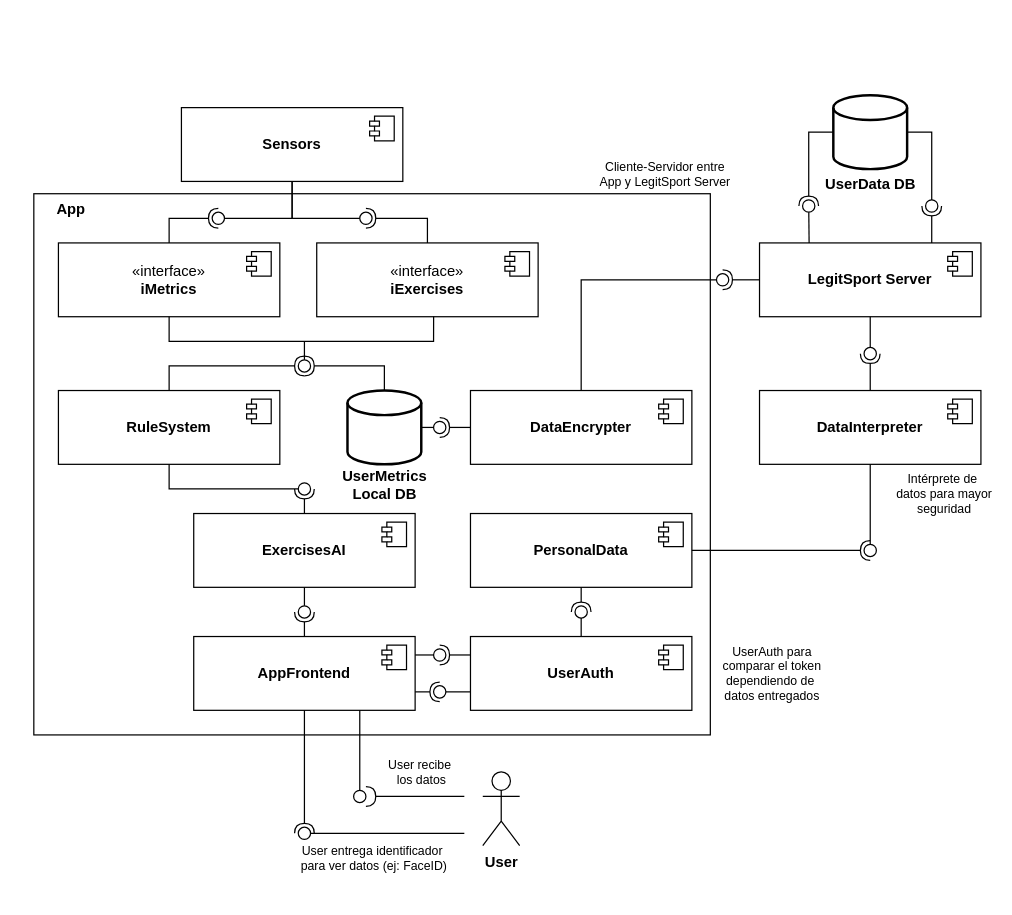
The draw.io diagram Diagrama sin título.drawio in dgolzm/E1-2024-2, before the edit. Source tidied: cells renumbered, new cells numbered last; positions are measured from the earlier drawing's top-left corner, leaving out a move shared by most shapes. Both pictures are drawn from the tidied source at 123%, with x=0, y=0 at pixel (21, 46).
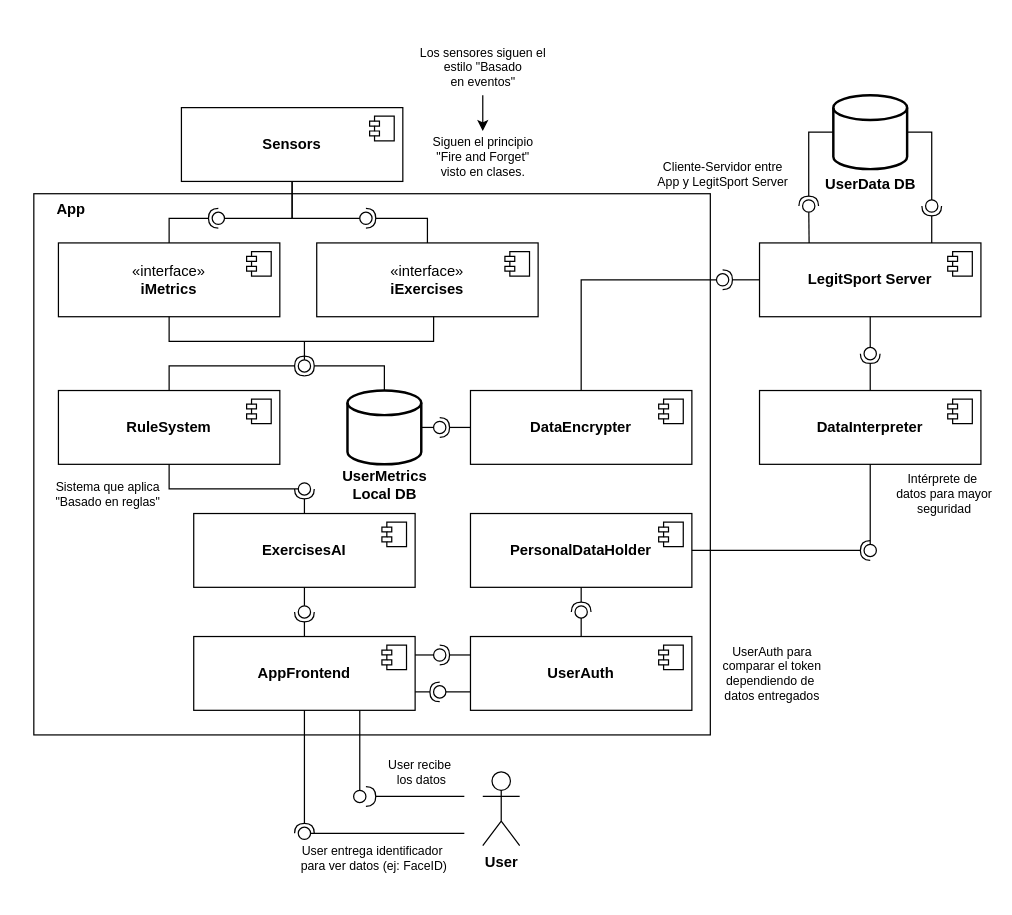
After the change.

Change to the diagram source:
```diff
@@
-    <mxCell id="66" value="&lt;b&gt;PersonalData&lt;/b&gt;" style="html=1;whiteSpace=wrap;" parent="1" vertex="1">
+    <mxCell id="66" value="&lt;b&gt;PersonalDataHolder&lt;/b&gt;" style="html=1;whiteSpace=wrap;" parent="1" vertex="1">
       <mxGeometry x="365" y="380" width="180" height="60" as="geometry" />
     </mxCell>
@@
     <mxCell id="86" value="Cliente-Servidor entre&lt;div&gt;App y LegitSport Server&lt;/div&gt;&lt;div&gt;&lt;br&gt;&lt;/div&gt;" style="text;align=center;fontStyle=0;verticalAlign=middle;spacingLeft=3;spacingRight=3;strokeColor=none;html=1;fontSize=10;" parent="1" vertex="1">
-      <mxGeometry x="492.5" y="73" width="60" height="73" as="geometry" />
+      <mxGeometry x="540" y="73" width="60" height="73" as="geometry" />
     </mxCell>
+    <mxCell id="87" value="Sistema que aplica&lt;div&gt;&quot;Basado en reglas&quot;&lt;/div&gt;" style="text;align=center;fontStyle=0;verticalAlign=middle;spacingLeft=3;spacingRight=3;strokeColor=none;html=1;fontSize=10;" parent="1" vertex="1">
+      <mxGeometry x="40" y="327" width="60" height="73" as="geometry" />
+    </mxCell>
+    <mxCell id="88" value="&lt;div&gt;Los sensores siguen el&lt;/div&gt;&lt;div&gt;estilo &quot;Basado&lt;/div&gt;&lt;div&gt;en eventos&quot;&lt;/div&gt;" style="text;align=center;fontStyle=0;verticalAlign=middle;spacingLeft=3;spacingRight=3;strokeColor=none;html=1;fontSize=10;" parent="1" vertex="1">
+      <mxGeometry x="345" y="-20" width="60" height="73" as="geometry" />
+    </mxCell>
+    <mxCell id="89" value="&lt;div&gt;Siguen el principio&lt;/div&gt;&lt;div&gt;&quot;Fire and Forget&quot;&lt;/div&gt;&lt;div&gt;visto en clases.&lt;/div&gt;" style="text;align=center;fontStyle=0;verticalAlign=middle;spacingLeft=3;spacingRight=3;strokeColor=none;html=1;fontSize=10;" parent="1" vertex="1">
+      <mxGeometry x="345" y="53" width="60" height="73" as="geometry" />
+    </mxCell>
+    <mxCell id="90" style="endArrow=classic;html=1;rounded=0;" parent="1" edge="1">
+      <mxGeometry relative="1" as="geometry">
+        <mxPoint x="375" y="40" as="sourcePoint" />
+        <mxPoint x="375" y="69" as="targetPoint" />
+      </mxGeometry>
+    </mxCell>
```
